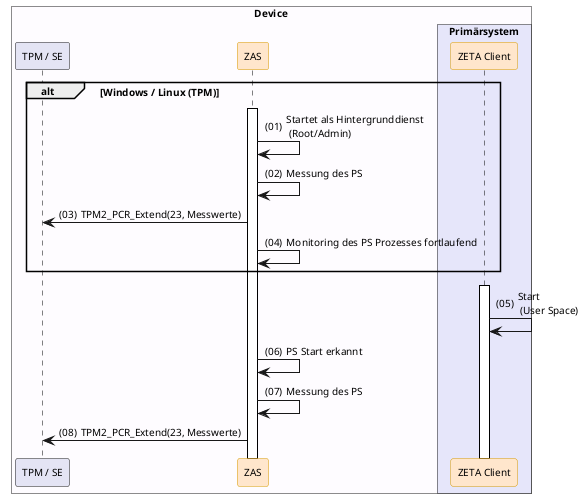
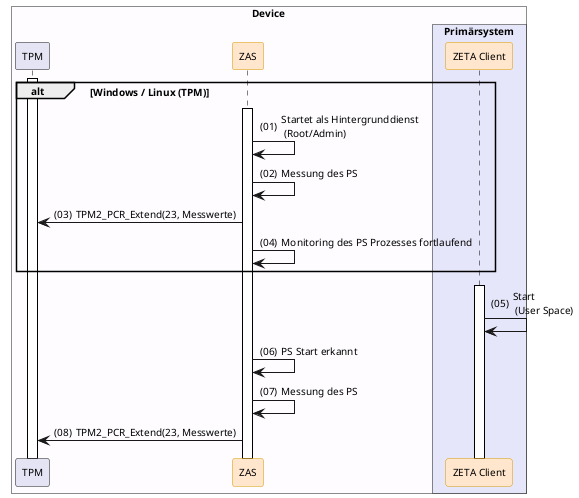
@startuml "client-start"
autonumber "(00)"
skinparam defaultFontSize 10
skinparam defaultFontName Helvetica
skinparam DefaultMonospacedFontName Courier
skinparam lengthAdjust none
skinparam sequenceReferenceBackgroundColor White
skinparam SequenceReferenceFontSize 12
skinparam sequenceMessageAlign left
hide stereotype

' Box colors
!define ZETA_GUARD_COLOR #FFF3E5
!define LEI_COLOR #GhostWhite
!define LEI_COMPONENT_COLOR #E4E4F4
!define PRIMAERSYSTEM_COLOR #Lavender
!define PROVIDER_COLOR #EDFDEC
!define DEVICE_COLOR #fefcff

' Participant colors
<style>
sequenceDiagram {
  participant {
    .zeta {
      BackgroundColor #FFE6CC
      LineColor #D79B00
    }
    .provider {
      BackgroundColor #D5E8D4
      LineColor #82B366
    }
  }
  lifeline {
    BackgroundColor White
    LineColor Black
  }
}
</style>

' title Client Start & Initialisierung

!pragma teoz true

box "Device" DEVICE_COLOR
-   participant "TPM / SE" as TPM LEI_COMPONENT_COLOR
+   participant "TPM" as TPM LEI_COMPONENT_COLOR
  participant ZAS as "ZAS" <<zeta>>
  box "Primärsystem" PRIMAERSYSTEM_COLOR
    participant Client as "ZETA Client" <<zeta>>
  end box
end box

+ TPM++
alt Windows / Linux (TPM)
  ZAS++
  ZAS -> ZAS: Startet als Hintergrunddienst\n (Root/Admin)
  ZAS -> ZAS: Messung des PS
  ZAS -> TPM: TPM2_PCR_Extend(23, Messwerte)
  ZAS -> ZAS: Monitoring des PS Prozesses fortlaufend
end

Client++
Client -> Client: Start \n (User Space)
ZAS -> ZAS: PS Start erkannt
ZAS -> ZAS: Messung des PS
ZAS -> TPM: TPM2_PCR_Extend(23, Messwerte)

@enduml